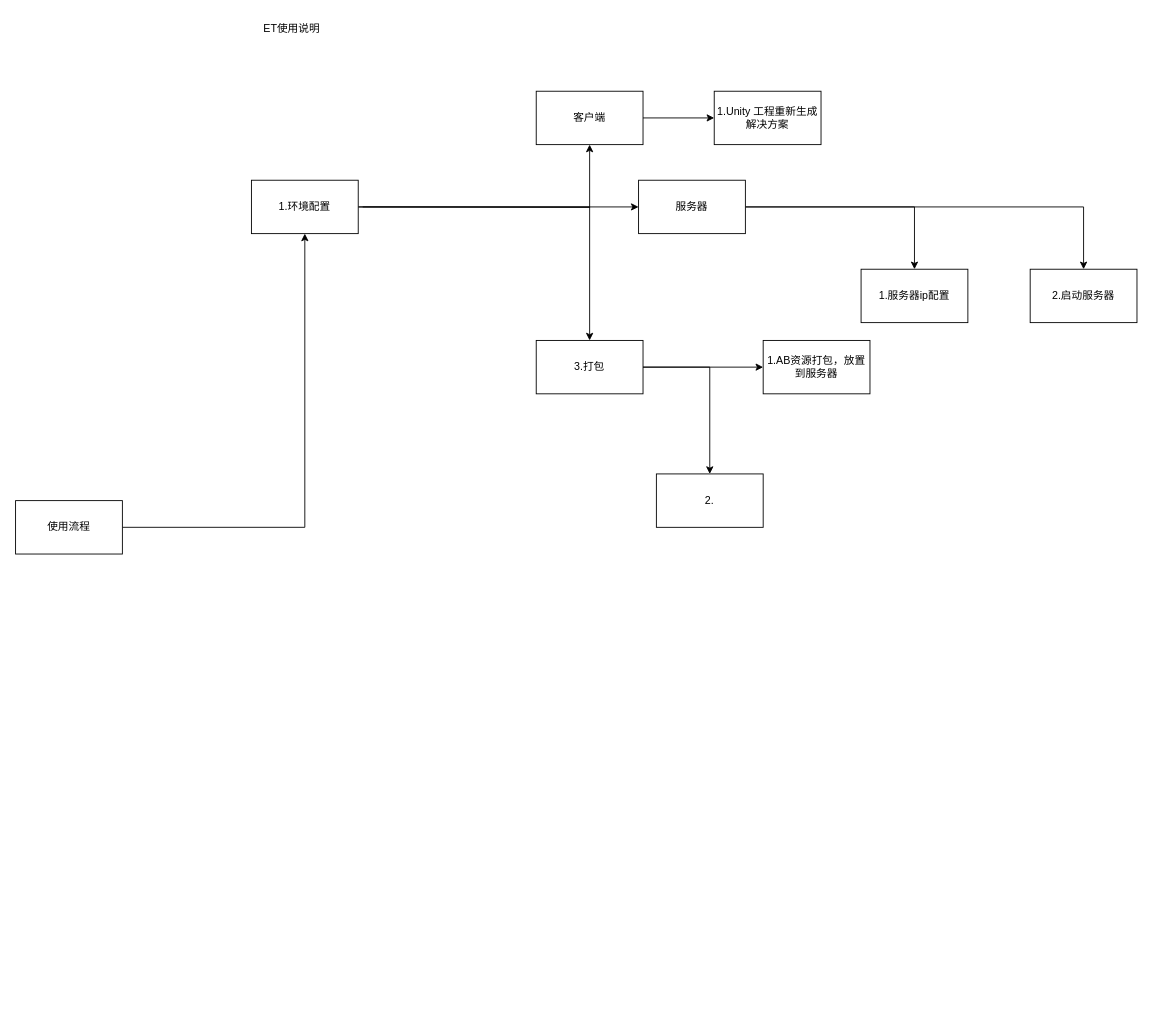
Before: ET/ET使用.drawio in xzp3094997376/DrawIO, a draw.io diagram. Source tidied: cells renumbered, new cells numbered last; positions are measured from the earlier drawing's top-left corner, leaving out a move shared by most shapes. Both pictures are drawn from the tidied source at 89%, with x=0, y=0 at pixel (15, 15).
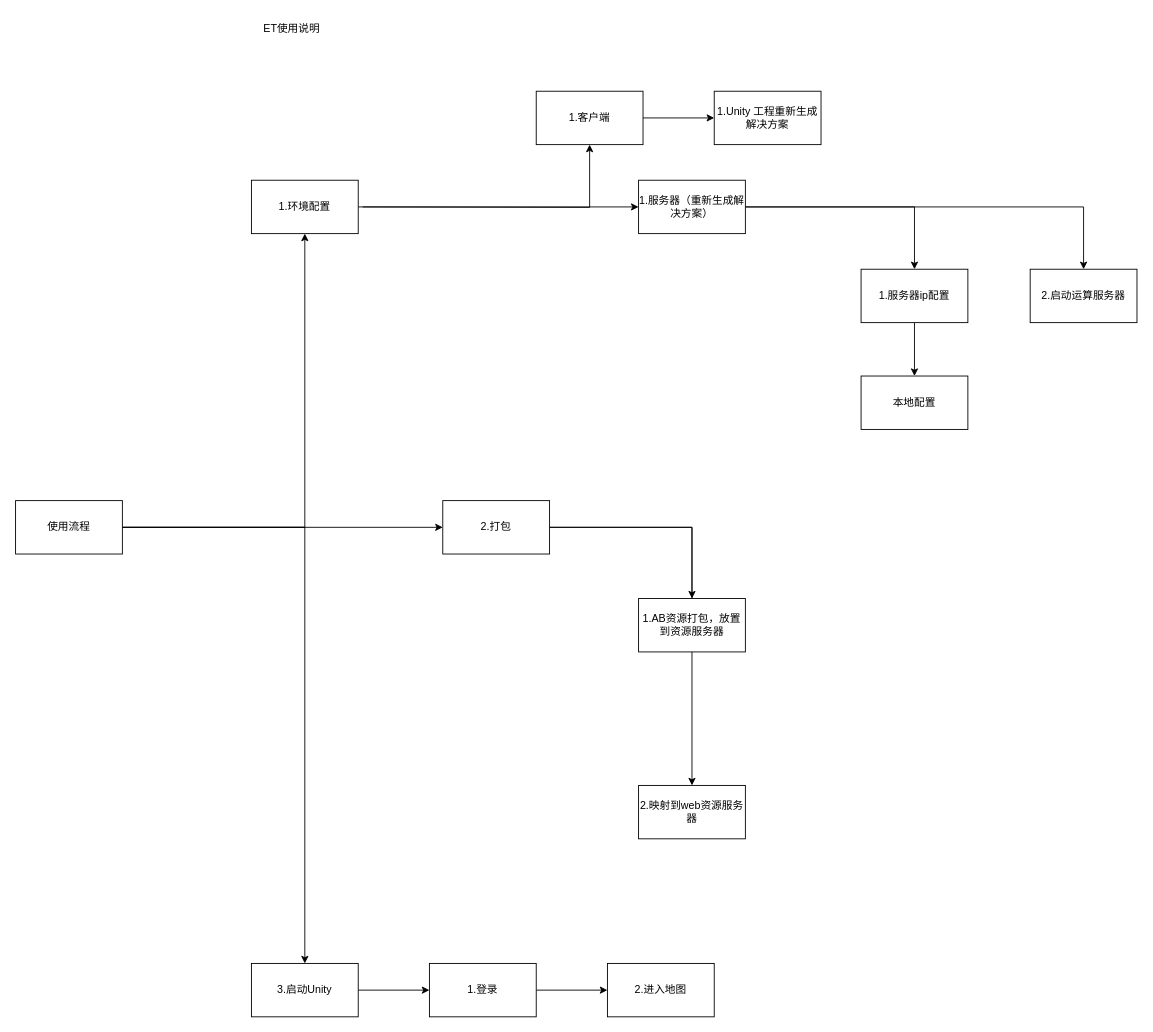
Above is the later version.

The change refers to these unchanged cells:
```xml
<mxCell id="4" value="使用流程" style="whiteSpace=wrap;html=1;" parent="1" vertex="1">
  <mxGeometry y="545" width="120" height="60" as="geometry" />
</mxCell>
<mxCell id="8" value="1.环境配置" style="whiteSpace=wrap;html=1;" parent="1" vertex="1">
  <mxGeometry x="265" y="185" width="120" height="60" as="geometry" />
</mxCell>
<mxCell id="15" value="1.服务器ip配置" style="whiteSpace=wrap;html=1;" parent="1" vertex="1">
  <mxGeometry x="950" y="285" width="120" height="60" as="geometry" />
</mxCell>
```

Change to the diagram source:
```diff
@@
+    <mxCell id="22" style="edgeStyle=orthogonalEdgeStyle;rounded=0;jettySize=auto;html=1;" parent="1" edge="1" source="4" target="28">
+      <mxGeometry relative="1" as="geometry" />
+    </mxCell>
@@
-    <mxCell id="7" style="edgeStyle=orthogonalEdgeStyle;rounded=0;jettySize=auto;html=1;" parent="1" edge="1" source="8" target="19">
+    <mxCell id="7" style="edgeStyle=orthogonalEdgeStyle;rounded=0;jettySize=auto;html=1;exitX=1;exitY=0.5;exitDx=0;exitDy=0;" parent="1" edge="1" source="4" target="19">
       <mxGeometry relative="1" as="geometry" />
     </mxCell>
@@
-    <mxCell id="10" value="客户端" style="whiteSpace=wrap;html=1;" parent="1" vertex="1">
+    <mxCell id="10" value="1.客户端" style="whiteSpace=wrap;html=1;" parent="1" vertex="1">
       <mxGeometry x="585" y="85" width="120" height="60" as="geometry" />
     </mxCell>
@@
-    <mxCell id="13" value="服务器" style="whiteSpace=wrap;html=1;" parent="1" vertex="1">
+    <mxCell id="13" value="1.服务器（重新生成解决方案）" style="whiteSpace=wrap;html=1;" parent="1" vertex="1">
       <mxGeometry x="700" y="185" width="120" height="60" as="geometry" />
     </mxCell>
@@
+    <mxCell id="23" style="edgeStyle=orthogonalEdgeStyle;rounded=0;jettySize=auto;html=1;" parent="1" edge="1" source="15" target="25">
+      <mxGeometry relative="1" as="geometry" />
+    </mxCell>
@@
-    <mxCell id="16" value="2.启动服务器" style="whiteSpace=wrap;html=1;" parent="1" vertex="1">
+    <mxCell id="16" value="2.启动运算服务器" style="whiteSpace=wrap;html=1;" parent="1" vertex="1">
       <mxGeometry x="1140" y="285" width="120" height="60" as="geometry" />
     </mxCell>
@@
-    <mxCell id="18" style="edgeStyle=orthogonalEdgeStyle;rounded=0;jettySize=auto;html=1;" parent="1" edge="1" source="19" target="21">
-      <mxGeometry relative="1" as="geometry" />
-    </mxCell>
+    <mxCell id="24" style="edgeStyle=orthogonalEdgeStyle;rounded=0;jettySize=auto;html=1;" parent="1" edge="1" source="19" target="26">
+      <mxGeometry relative="1" as="geometry" />
+    </mxCell>
-    <mxCell id="19" value="3.打包" style="whiteSpace=wrap;html=1;" parent="1" vertex="1">
-      <mxGeometry x="585" y="365" width="120" height="60" as="geometry" />
+    <mxCell id="19" value="2.打包" style="whiteSpace=wrap;html=1;" parent="1" vertex="1">
+      <mxGeometry x="480" y="545" width="120" height="60" as="geometry" />
     </mxCell>
-    <mxCell id="20" value="1.AB资源打包，放置到服务器" style="whiteSpace=wrap;html=1;" parent="1" vertex="1">
-      <mxGeometry x="840" y="365" width="120" height="60" as="geometry" />
+    <mxCell id="20" value="1.AB资源打包，放置到资源服务器" style="whiteSpace=wrap;html=1;" parent="1" vertex="1">
+      <mxGeometry x="700" y="655" width="120" height="60" as="geometry" />
     </mxCell>
-    <mxCell id="21" value="2." style="whiteSpace=wrap;html=1;" parent="1" vertex="1">
-      <mxGeometry x="720" y="515" width="120" height="60" as="geometry" />
-    </mxCell>
+    <mxCell id="25" value="本地配置" style="whiteSpace=wrap;html=1;" parent="1" vertex="1">
+      <mxGeometry x="950" y="405" width="120" height="60" as="geometry" />
+    </mxCell>
+    <mxCell id="26" value="2.映射到web资源服务器" style="whiteSpace=wrap;html=1;" parent="1" vertex="1">
+      <mxGeometry x="700" y="865" width="120" height="60" as="geometry" />
+    </mxCell>
+    <mxCell id="27" style="edgeStyle=orthogonalEdgeStyle;rounded=0;jettySize=auto;html=1;" parent="1" edge="1" source="28" target="30">
+      <mxGeometry relative="1" as="geometry" />
+    </mxCell>
+    <mxCell id="28" value="3.启动Unity" style="whiteSpace=wrap;html=1;" parent="1" vertex="1">
+      <mxGeometry x="265" y="1065" width="120" height="60" as="geometry" />
+    </mxCell>
+    <mxCell id="29" style="edgeStyle=orthogonalEdgeStyle;rounded=0;jettySize=auto;html=1;" parent="1" edge="1" source="30" target="31">
+      <mxGeometry relative="1" as="geometry" />
+    </mxCell>
+    <mxCell id="30" value="1.登录" style="whiteSpace=wrap;html=1;" parent="1" vertex="1">
+      <mxGeometry x="465" y="1065" width="120" height="60" as="geometry" />
+    </mxCell>
+    <mxCell id="31" value="2.进入地图" style="whiteSpace=wrap;html=1;" parent="1" vertex="1">
+      <mxGeometry x="665" y="1065" width="120" height="60" as="geometry" />
+    </mxCell>
```
